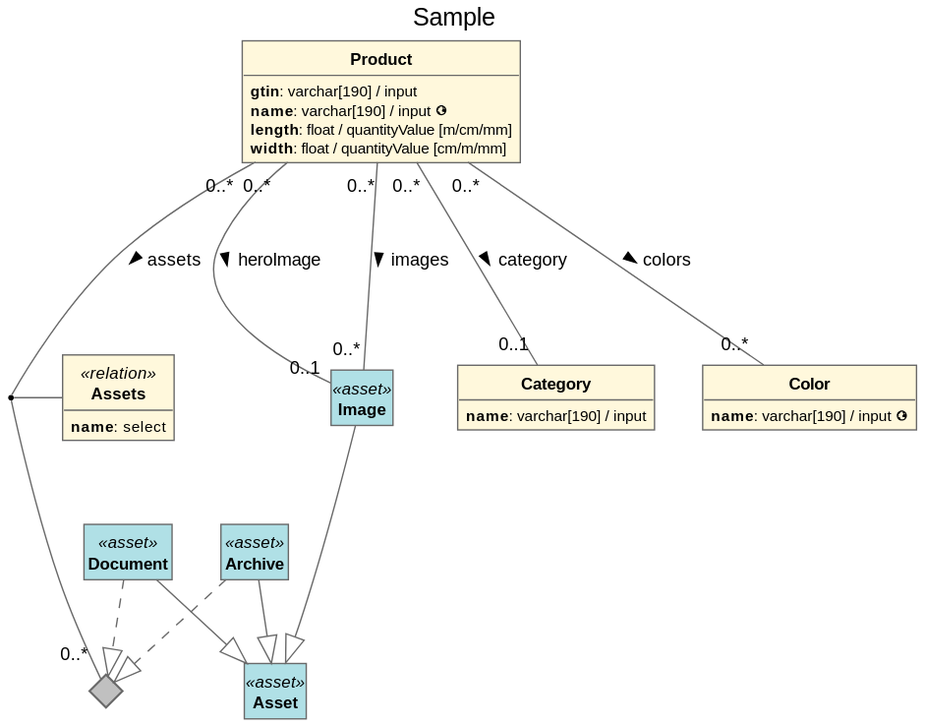
Before: doc/sample.svg, a diagram exported from PlantUML (brunner-medien/pimcore-plantuml).
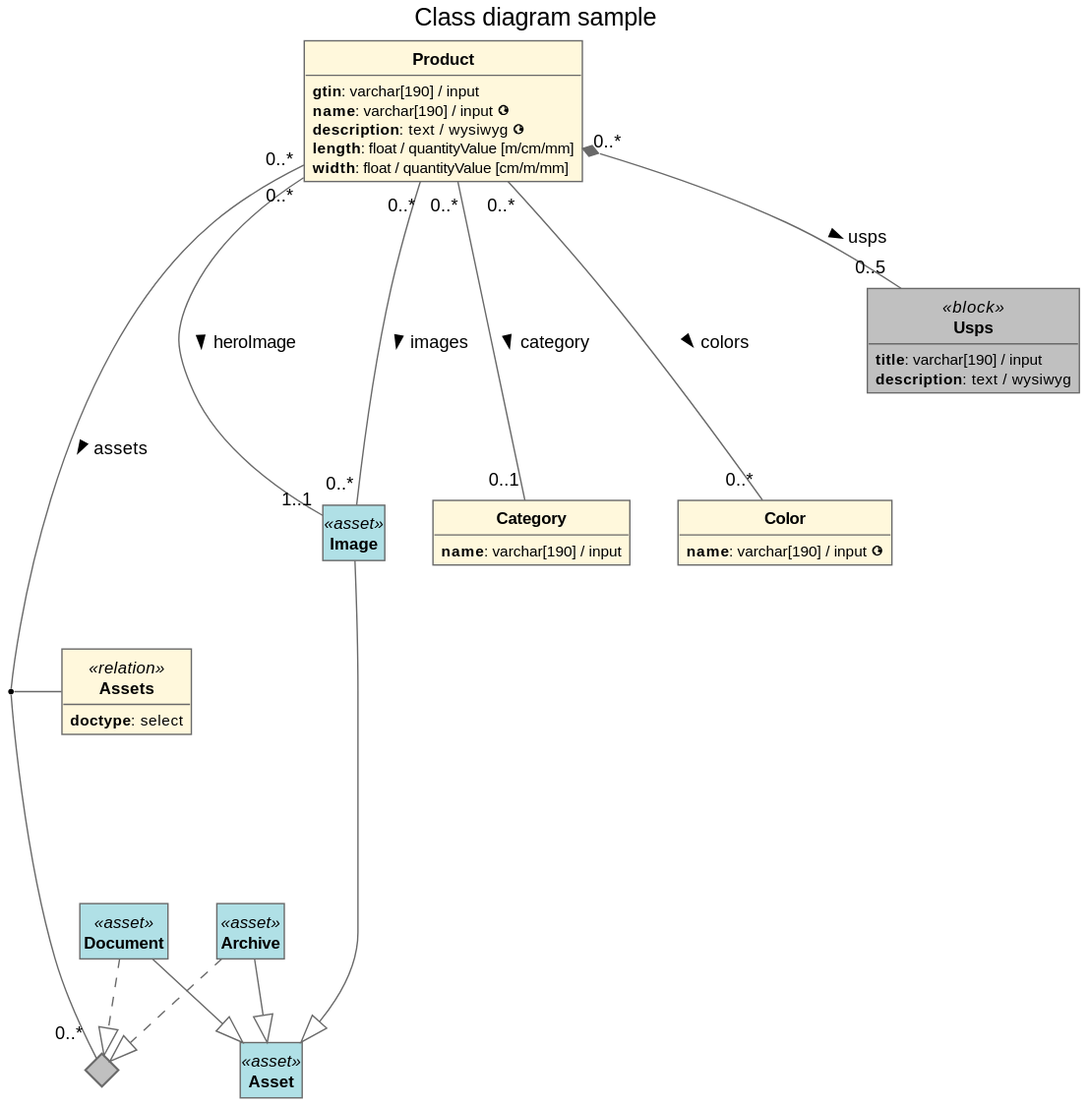
The same diagram one commit later.

What changed in the source:
```diff
@@ -22,7 +22,7 @@
     BackgroundColor<<document>> PaleGreen
 }
 
-title "Sample"
+title "Class diagram sample"
 
 class "Image" as Asset\Image <<asset>> {
 }
@@ -45,6 +45,7 @@
 class "Product" as Object\Product {
     **gtin**: varchar[190] / input
     **name**: varchar[190] / input <&globe>
+    **description**: text / wysiwyg <&globe>
     **length**: float / quantityValue [m/cm/mm]
     **width**: float / quantityValue [cm/m/mm]
 }
@@ -61,7 +62,13 @@
 
 
 class "Assets" as Object\Product\Assets <<relation>> {
-    **name**:  select
+    **doctype**:  select
+}
+
+
+class "Usps" as Object\Product\Usps <<block>> {
+    **title**: varchar[190] / input
+    **description**: text / wysiwyg
 }
 
 
@@ -72,9 +79,10 @@
 Asset\Document --|> Asset
 Object\Product "0..*" --- "0..*" Object\Color : colors >
 Object\Product "0..*" --- "0..1" Object\Category : category >
-Object\Product "0..*" --- "0..1" Asset\Image : heroImage >
+Object\Product "0..*" --- "1..1" Asset\Image : heroImage >
 Object\Product "0..*" --- "0..*" Asset\Image : images >
-Object\Product "0..*" --- "0..*" Object\Product\Assets\Association : assets >
+Object\Product "0..*" ---- "0..*" Object\Product\Assets\Association : assets >
 (Object\Product,Object\Product\Assets\Association) -- Object\Product\Assets
+Object\Product "0..*" *-- "0..5" Object\Product\Usps : usps >
 
 @enduml
```
